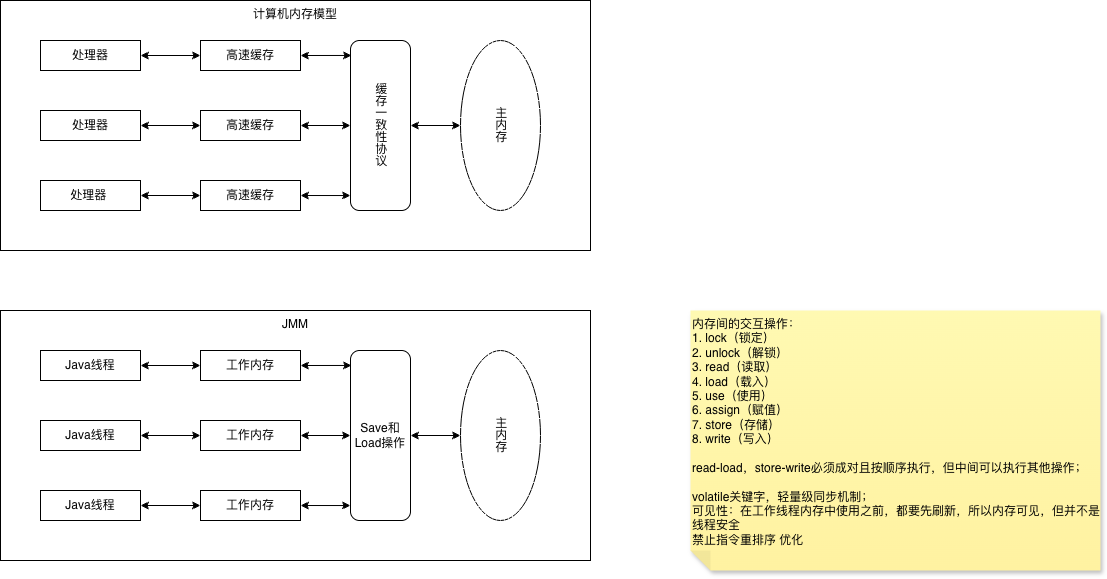
Before: java内存模型.drawio.png, a diagram exported from draw.io (ggs2015/file). Source tidied: cells renumbered, new cells last; positions are measured from the earlier drawing's top-left corner, leaving out a move shared by most shapes. Source of this version:
```xml
<mxGraphModel>
  <root>
    <mxCell id="0" />
    <mxCell id="1" parent="0" />
    <mxCell id="2" value="计算机内存模型" style="rounded=0;whiteSpace=wrap;html=1;verticalAlign=top;" parent="1" vertex="1">
      <mxGeometry width="590" height="250" as="geometry" />
    </mxCell>
    <mxCell id="3" style="edgeStyle=orthogonalEdgeStyle;rounded=0;jettySize=auto;html=1;exitX=1;exitY=0.5;exitDx=0;exitDy=0;entryX=0;entryY=0.5;entryDx=0;entryDy=0;startArrow=classic;startFill=1;" parent="1" edge="1" source="4" target="12">
      <mxGeometry relative="1" as="geometry" />
    </mxCell>
    <mxCell id="4" value="处理器" style="rounded=0;whiteSpace=wrap;html=1;" parent="1" vertex="1">
      <mxGeometry x="40" y="40" width="100" height="30" as="geometry" />
    </mxCell>
    <mxCell id="5" style="edgeStyle=orthogonalEdgeStyle;rounded=0;jettySize=auto;html=1;exitX=1;exitY=0.5;exitDx=0;exitDy=0;entryX=0;entryY=0.5;entryDx=0;entryDy=0;startArrow=classic;startFill=1;" parent="1" edge="1" source="6" target="11">
      <mxGeometry relative="1" as="geometry" />
    </mxCell>
    <mxCell id="6" value="处理器" style="rounded=0;whiteSpace=wrap;html=1;" parent="1" vertex="1">
      <mxGeometry x="40" y="110" width="100" height="30" as="geometry" />
    </mxCell>
    <mxCell id="7" style="edgeStyle=orthogonalEdgeStyle;rounded=0;jettySize=auto;html=1;exitX=1;exitY=0.5;exitDx=0;exitDy=0;startArrow=classic;startFill=1;" parent="1" edge="1" source="8" target="9">
      <mxGeometry relative="1" as="geometry" />
    </mxCell>
    <mxCell id="8" value="处理器&amp;nbsp;" style="rounded=0;whiteSpace=wrap;html=1;" parent="1" vertex="1">
      <mxGeometry x="40" y="180" width="100" height="30" as="geometry" />
    </mxCell>
    <mxCell id="9" value="高速缓存" style="rounded=0;whiteSpace=wrap;html=1;" parent="1" vertex="1">
      <mxGeometry x="200" y="180" width="100" height="30" as="geometry" />
    </mxCell>
    <mxCell id="10" style="edgeStyle=orthogonalEdgeStyle;rounded=0;jettySize=auto;html=1;exitX=1;exitY=0.5;exitDx=0;exitDy=0;entryX=0;entryY=0.5;entryDx=0;entryDy=0;startArrow=classic;startFill=1;" parent="1" edge="1" source="11" target="15">
      <mxGeometry relative="1" as="geometry" />
    </mxCell>
    <mxCell id="11" value="高速缓存" style="rounded=0;whiteSpace=wrap;html=1;" parent="1" vertex="1">
      <mxGeometry x="200" y="110" width="100" height="30" as="geometry" />
    </mxCell>
    <mxCell id="12" value="高速缓存" style="rounded=0;whiteSpace=wrap;html=1;" parent="1" vertex="1">
      <mxGeometry x="200" y="40" width="100" height="30" as="geometry" />
    </mxCell>
    <mxCell id="13" value="主内存" style="ellipse;whiteSpace=wrap;html=1;textDirection=vertical-lr;" parent="1" vertex="1">
      <mxGeometry x="460" y="40" width="80" height="170" as="geometry" />
    </mxCell>
    <mxCell id="14" style="edgeStyle=orthogonalEdgeStyle;rounded=0;jettySize=auto;html=1;exitX=1;exitY=0.5;exitDx=0;exitDy=0;entryX=0;entryY=0.5;entryDx=0;entryDy=0;startArrow=classic;startFill=1;" parent="1" edge="1" source="15" target="13">
      <mxGeometry relative="1" as="geometry" />
    </mxCell>
    <mxCell id="15" value="缓存一致性协议" style="rounded=1;whiteSpace=wrap;html=1;textDirection=vertical-lr;" parent="1" vertex="1">
      <mxGeometry x="350" y="40" width="60" height="170" as="geometry" />
    </mxCell>
    <mxCell id="16" style="edgeStyle=orthogonalEdgeStyle;rounded=0;jettySize=auto;html=1;exitX=1;exitY=0.5;exitDx=0;exitDy=0;entryX=0.017;entryY=0.088;entryDx=0;entryDy=0;entryPerimeter=0;startArrow=classic;startFill=1;" parent="1" edge="1" source="12" target="15">
      <mxGeometry relative="1" as="geometry" />
    </mxCell>
    <mxCell id="17" style="edgeStyle=orthogonalEdgeStyle;rounded=0;jettySize=auto;html=1;exitX=1;exitY=0.5;exitDx=0;exitDy=0;entryX=0;entryY=0.912;entryDx=0;entryDy=0;entryPerimeter=0;startArrow=classic;startFill=1;" parent="1" edge="1" source="9" target="15">
      <mxGeometry relative="1" as="geometry" />
    </mxCell>
    <mxCell id="18" value="JMM" style="rounded=0;whiteSpace=wrap;html=1;verticalAlign=top;" parent="1" vertex="1">
      <mxGeometry y="310" width="590" height="250" as="geometry" />
    </mxCell>
    <mxCell id="19" style="edgeStyle=orthogonalEdgeStyle;rounded=0;jettySize=auto;html=1;exitX=1;exitY=0.5;exitDx=0;exitDy=0;entryX=0;entryY=0.5;entryDx=0;entryDy=0;startArrow=classic;startFill=1;" parent="1" edge="1" source="20" target="28">
      <mxGeometry relative="1" as="geometry" />
    </mxCell>
    <mxCell id="20" value="Java线程" style="rounded=0;whiteSpace=wrap;html=1;" parent="1" vertex="1">
      <mxGeometry x="40" y="350" width="100" height="30" as="geometry" />
    </mxCell>
    <mxCell id="21" style="edgeStyle=orthogonalEdgeStyle;rounded=0;jettySize=auto;html=1;exitX=1;exitY=0.5;exitDx=0;exitDy=0;entryX=0;entryY=0.5;entryDx=0;entryDy=0;startArrow=classic;startFill=1;" parent="1" edge="1" source="22" target="27">
      <mxGeometry relative="1" as="geometry" />
    </mxCell>
    <mxCell id="22" value="Java线程" style="rounded=0;whiteSpace=wrap;html=1;" parent="1" vertex="1">
      <mxGeometry x="40" y="420" width="100" height="30" as="geometry" />
    </mxCell>
    <mxCell id="23" style="edgeStyle=orthogonalEdgeStyle;rounded=0;jettySize=auto;html=1;exitX=1;exitY=0.5;exitDx=0;exitDy=0;startArrow=classic;startFill=1;" parent="1" edge="1" source="24" target="25">
      <mxGeometry relative="1" as="geometry" />
    </mxCell>
    <mxCell id="24" value="Java线程" style="rounded=0;whiteSpace=wrap;html=1;" parent="1" vertex="1">
      <mxGeometry x="40" y="490" width="100" height="30" as="geometry" />
    </mxCell>
    <mxCell id="25" value="工作内存" style="rounded=0;whiteSpace=wrap;html=1;" parent="1" vertex="1">
      <mxGeometry x="200" y="490" width="100" height="30" as="geometry" />
    </mxCell>
    <mxCell id="26" style="edgeStyle=orthogonalEdgeStyle;rounded=0;jettySize=auto;html=1;exitX=1;exitY=0.5;exitDx=0;exitDy=0;entryX=0;entryY=0.5;entryDx=0;entryDy=0;startArrow=classic;startFill=1;" parent="1" edge="1" source="27" target="31">
      <mxGeometry relative="1" as="geometry" />
    </mxCell>
    <mxCell id="27" value="工作内存" style="rounded=0;whiteSpace=wrap;html=1;" parent="1" vertex="1">
      <mxGeometry x="200" y="420" width="100" height="30" as="geometry" />
    </mxCell>
    <mxCell id="28" value="工作内存" style="rounded=0;whiteSpace=wrap;html=1;" parent="1" vertex="1">
      <mxGeometry x="200" y="350" width="100" height="30" as="geometry" />
    </mxCell>
    <mxCell id="29" value="主内存" style="ellipse;whiteSpace=wrap;html=1;textDirection=vertical-lr;" parent="1" vertex="1">
      <mxGeometry x="460" y="350" width="80" height="170" as="geometry" />
    </mxCell>
    <mxCell id="30" style="edgeStyle=orthogonalEdgeStyle;rounded=0;jettySize=auto;html=1;exitX=1;exitY=0.5;exitDx=0;exitDy=0;entryX=0;entryY=0.5;entryDx=0;entryDy=0;startArrow=classic;startFill=1;" parent="1" edge="1" source="31" target="29">
      <mxGeometry relative="1" as="geometry" />
    </mxCell>
    <mxCell id="31" value="Save和Load操作" style="rounded=1;whiteSpace=wrap;html=1;textDirection=ltr;" parent="1" vertex="1">
      <mxGeometry x="350" y="350" width="60" height="170" as="geometry" />
    </mxCell>
    <mxCell id="32" style="edgeStyle=orthogonalEdgeStyle;rounded=0;jettySize=auto;html=1;exitX=1;exitY=0.5;exitDx=0;exitDy=0;entryX=0.017;entryY=0.088;entryDx=0;entryDy=0;entryPerimeter=0;startArrow=classic;startFill=1;" parent="1" edge="1" source="28" target="31">
      <mxGeometry relative="1" as="geometry" />
    </mxCell>
    <mxCell id="33" style="edgeStyle=orthogonalEdgeStyle;rounded=0;jettySize=auto;html=1;exitX=1;exitY=0.5;exitDx=0;exitDy=0;entryX=0;entryY=0.912;entryDx=0;entryDy=0;entryPerimeter=0;startArrow=classic;startFill=1;" parent="1" edge="1" source="25" target="31">
      <mxGeometry relative="1" as="geometry" />
    </mxCell>
    <mxCell id="34" value="内存间的交互操作：&lt;div&gt;1. lock（锁定&lt;span style=&quot;background-color: transparent; color: light-dark(rgb(0, 0, 0), rgb(237, 237, 237));&quot;&gt;）&lt;/span&gt;&lt;/div&gt;&lt;div&gt;&lt;span style=&quot;background-color: transparent; color: light-dark(rgb(0, 0, 0), rgb(237, 237, 237));&quot;&gt;2. unlock（解锁&lt;/span&gt;&lt;span style=&quot;background-color: transparent; color: light-dark(rgb(0, 0, 0), rgb(237, 237, 237));&quot;&gt;）&lt;/span&gt;&lt;/div&gt;&lt;div&gt;&lt;span style=&quot;background-color: transparent; color: light-dark(rgb(0, 0, 0), rgb(237, 237, 237));&quot;&gt;3. read（读取）&lt;/span&gt;&lt;/div&gt;&lt;div&gt;&lt;span style=&quot;background-color: transparent; color: light-dark(rgb(0, 0, 0), rgb(237, 237, 237));&quot;&gt;4. load（载入）&lt;/span&gt;&lt;/div&gt;&lt;div&gt;&lt;span style=&quot;background-color: transparent; color: light-dark(rgb(0, 0, 0), rgb(237, 237, 237));&quot;&gt;5. use（使用）&lt;/span&gt;&lt;/div&gt;&lt;div&gt;&lt;span style=&quot;background-color: transparent; color: light-dark(rgb(0, 0, 0), rgb(237, 237, 237));&quot;&gt;6. assign（赋值）&lt;/span&gt;&lt;/div&gt;&lt;div&gt;&lt;span style=&quot;background-color: transparent; color: light-dark(rgb(0, 0, 0), rgb(237, 237, 237));&quot;&gt;7. store（存储）&lt;/span&gt;&lt;/div&gt;&lt;div&gt;&lt;span style=&quot;background-color: transparent; color: light-dark(rgb(0, 0, 0), rgb(237, 237, 237));&quot;&gt;8. write（写入）&lt;/span&gt;&lt;/div&gt;&lt;div&gt;&lt;span style=&quot;background-color: transparent; color: light-dark(rgb(0, 0, 0), rgb(237, 237, 237));&quot;&gt;&lt;br&gt;&lt;/span&gt;&lt;/div&gt;&lt;div&gt;&lt;span style=&quot;background-color: transparent; color: light-dark(rgb(0, 0, 0), rgb(237, 237, 237));&quot;&gt;read-load，store-write必须成对且按顺序执行，但中间可以执行其他操作；&lt;/span&gt;&lt;/div&gt;&lt;div&gt;&lt;span style=&quot;background-color: transparent; color: light-dark(rgb(0, 0, 0), rgb(237, 237, 237));&quot;&gt;&lt;br&gt;&lt;/span&gt;&lt;/div&gt;&lt;div&gt;volatile关键字，轻量级同步机制；&lt;/div&gt;&lt;div&gt;可见性：在工作线程内存中使用之前，都要先刷新，所以内存可见，但并不是线程安全&lt;/div&gt;&lt;div&gt;禁止指令重排序 优化&lt;/div&gt;" style="shape=note;whiteSpace=wrap;html=1;backgroundOutline=1;fontColor=#000000;darkOpacity=0.05;fillColor=#FFF9B2;strokeColor=none;fillStyle=solid;direction=west;gradientDirection=north;gradientColor=#FFF2A1;shadow=1;size=20;verticalAlign=top;align=left;" parent="1" vertex="1">
      <mxGeometry x="690" y="310" width="410" height="260" as="geometry" />
    </mxCell>
  </root>
</mxGraphModel>
```
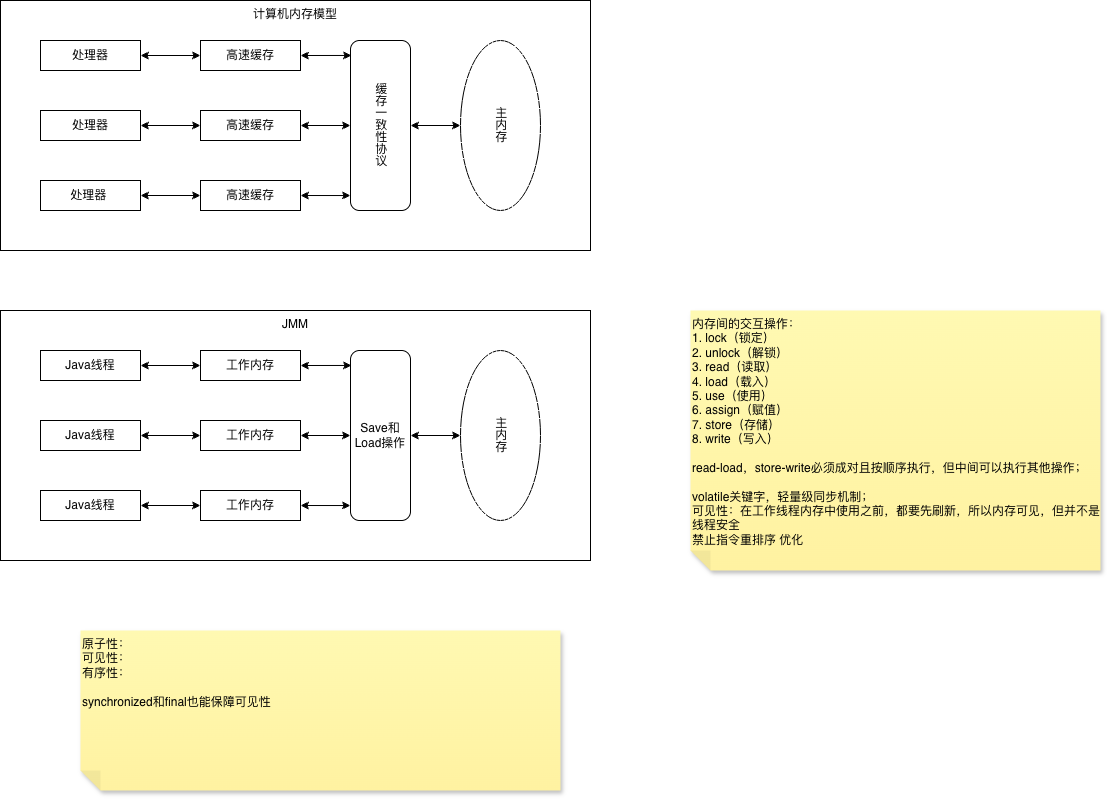
Later version of the same file.

Commit message:
更新java内存模型.drawio.png

Diff of the diagram source:
```diff
@@ -101,5 +101,8 @@
     <mxCell id="34" value="内存间的交互操作：&lt;div&gt;1. lock（锁定&lt;span style=&quot;background-color: transparent; color: light-dark(rgb(0, 0, 0), rgb(237, 237, 237));&quot;&gt;）&lt;/span&gt;&lt;/div&gt;&lt;div&gt;&lt;span style=&quot;background-color: transparent; color: light-dark(rgb(0, 0, 0), rgb(237, 237, 237));&quot;&gt;2. unlock（解锁&lt;/span&gt;&lt;span style=&quot;background-color: transparent; color: light-dark(rgb(0, 0, 0), rgb(237, 237, 237));&quot;&gt;）&lt;/span&gt;&lt;/div&gt;&lt;div&gt;&lt;span style=&quot;background-color: transparent; color: light-dark(rgb(0, 0, 0), rgb(237, 237, 237));&quot;&gt;3. read（读取）&lt;/span&gt;&lt;/div&gt;&lt;div&gt;&lt;span style=&quot;background-color: transparent; color: light-dark(rgb(0, 0, 0), rgb(237, 237, 237));&quot;&gt;4. load（载入）&lt;/span&gt;&lt;/div&gt;&lt;div&gt;&lt;span style=&quot;background-color: transparent; color: light-dark(rgb(0, 0, 0), rgb(237, 237, 237));&quot;&gt;5. use（使用）&lt;/span&gt;&lt;/div&gt;&lt;div&gt;&lt;span style=&quot;background-color: transparent; color: light-dark(rgb(0, 0, 0), rgb(237, 237, 237));&quot;&gt;6. assign（赋值）&lt;/span&gt;&lt;/div&gt;&lt;div&gt;&lt;span style=&quot;background-color: transparent; color: light-dark(rgb(0, 0, 0), rgb(237, 237, 237));&quot;&gt;7. store（存储）&lt;/span&gt;&lt;/div&gt;&lt;div&gt;&lt;span style=&quot;background-color: transparent; color: light-dark(rgb(0, 0, 0), rgb(237, 237, 237));&quot;&gt;8. write（写入）&lt;/span&gt;&lt;/div&gt;&lt;div&gt;&lt;span style=&quot;background-color: transparent; color: light-dark(rgb(0, 0, 0), rgb(237, 237, 237));&quot;&gt;&lt;br&gt;&lt;/span&gt;&lt;/div&gt;&lt;div&gt;&lt;span style=&quot;background-color: transparent; color: light-dark(rgb(0, 0, 0), rgb(237, 237, 237));&quot;&gt;read-load，store-write必须成对且按顺序执行，但中间可以执行其他操作；&lt;/span&gt;&lt;/div&gt;&lt;div&gt;&lt;span style=&quot;background-color: transparent; color: light-dark(rgb(0, 0, 0), rgb(237, 237, 237));&quot;&gt;&lt;br&gt;&lt;/span&gt;&lt;/div&gt;&lt;div&gt;volatile关键字，轻量级同步机制；&lt;/div&gt;&lt;div&gt;可见性：在工作线程内存中使用之前，都要先刷新，所以内存可见，但并不是线程安全&lt;/div&gt;&lt;div&gt;禁止指令重排序 优化&lt;/div&gt;" style="shape=note;whiteSpace=wrap;html=1;backgroundOutline=1;fontColor=#000000;darkOpacity=0.05;fillColor=#FFF9B2;strokeColor=none;fillStyle=solid;direction=west;gradientDirection=north;gradientColor=#FFF2A1;shadow=1;size=20;verticalAlign=top;align=left;" parent="1" vertex="1">
       <mxGeometry x="690" y="310" width="410" height="260" as="geometry" />
     </mxCell>
+    <mxCell id="35" value="原子性：&lt;div&gt;可见性：&lt;/div&gt;&lt;div&gt;有序性：&lt;/div&gt;&lt;div&gt;&lt;br&gt;&lt;/div&gt;&lt;div&gt;synchronized和final也能保障可见性&lt;/div&gt;" style="shape=note;whiteSpace=wrap;html=1;backgroundOutline=1;fontColor=#000000;darkOpacity=0.05;fillColor=#FFF9B2;strokeColor=none;fillStyle=solid;direction=west;gradientDirection=north;gradientColor=#FFF2A1;shadow=1;size=20;align=left;verticalAlign=top;" parent="1" vertex="1">
+      <mxGeometry x="80" y="630" width="480" height="160" as="geometry" />
+    </mxCell>
   </root>
 </mxGraphModel>
```
